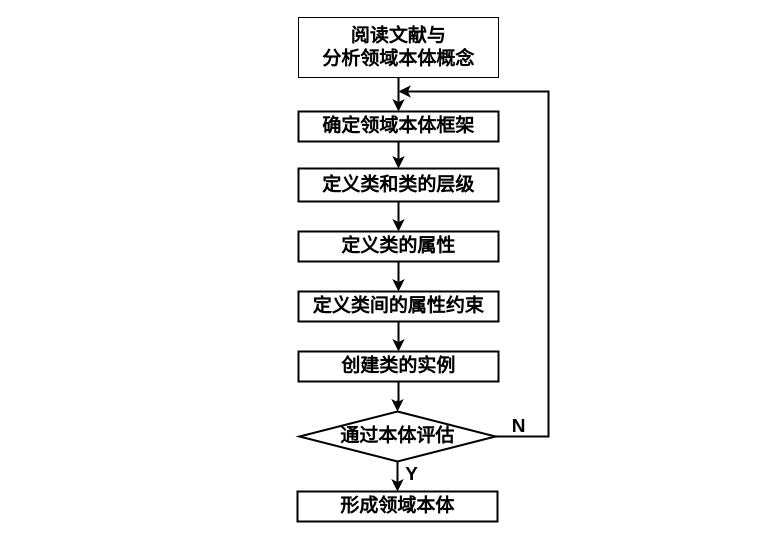
Above: owl_build_method.drawio in junchaoIU/Diagrams_library (draw.io), before the change. Source tidied: cells renumbered, new cells numbered last; positions are measured from the earlier drawing's top-left corner, leaving out a move shared by most shapes. Both pictures are drawn from the tidied source at 100%, with x=0, y=0 at pixel (297, 17).
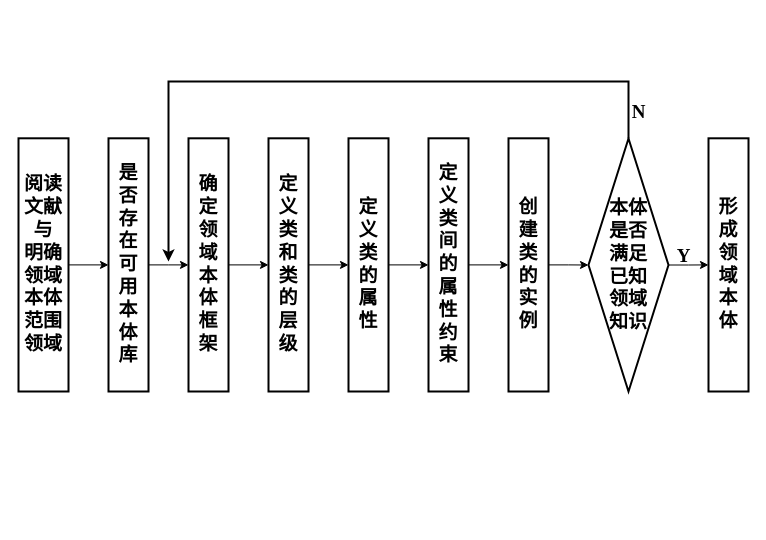
Above is the later version.

What changed in the source:
```diff
@@
-    <mxCell id="2" style="edgeStyle=orthogonalEdgeStyle;rounded=0;jettySize=auto;html=1;exitX=0.5;exitY=1;exitDx=0;exitDy=0;entryX=0.5;entryY=0;entryDx=0;entryDy=0;fontSize=19;strokeWidth=2;fontStyle=1;" parent="1" edge="1" source="3" target="5">
-      <mxGeometry relative="1" as="geometry" />
-    </mxCell>
+    <mxCell id="20" style="edgeStyle=orthogonalEdgeStyle;rounded=0;jettySize=auto;html=1;exitX=1;exitY=0.5;exitDx=0;exitDy=0;entryX=0;entryY=0.5;entryDx=0;entryDy=0;fontSize=19;" parent="1" edge="1" source="3" target="23">
+      <mxGeometry relative="1" as="geometry" />
+    </mxCell>
-    <mxCell id="3" value="&lt;font face=&quot;Times New Roman&quot; size=&quot;1&quot;&gt;&lt;span style=&quot;font-size: 19px&quot;&gt;阅读文献与&lt;br&gt;分析领域本体概念&lt;/span&gt;&lt;/font&gt;" style="rounded=0;whiteSpace=wrap;html=1;strokeWidth=1;fontStyle=1;" parent="1" vertex="1">
-      <mxGeometry x="1" width="200" height="60" as="geometry" />
+    <mxCell id="3" value="&lt;font face=&quot;Times New Roman&quot; style=&quot;font-size: 19px&quot;&gt;&lt;span&gt;阅读文献与&lt;br&gt;明确领域本体范围领域&lt;/span&gt;&lt;/font&gt;" style="rounded=0;whiteSpace=wrap;html=1;strokeWidth=2;fontStyle=1;perimeterSpacing=0;spacing=3;" parent="1" vertex="1">
+      <mxGeometry x="-279" y="120.8" width="50" height="253.2" as="geometry" />
     </mxCell>
-    <mxCell id="4" style="edgeStyle=orthogonalEdgeStyle;rounded=0;jettySize=auto;html=1;exitX=0.5;exitY=1;exitDx=0;exitDy=0;fontSize=19;strokeWidth=2;fontStyle=1;" parent="1" edge="1" source="5" target="7">
+    <mxCell id="4" style="edgeStyle=orthogonalEdgeStyle;rounded=0;jettySize=auto;html=1;exitX=1;exitY=0.5;exitDx=0;exitDy=0;entryX=0;entryY=0.5;entryDx=0;entryDy=0;fontSize=19;" parent="1" edge="1" source="5" target="7">
       <mxGeometry relative="1" as="geometry" />
     </mxCell>
-    <mxCell id="5" value="&lt;font face=&quot;Times New Roman&quot;&gt;&lt;span style=&quot;font-size: 19px&quot;&gt;&lt;span&gt;确定领域本体框架&lt;/span&gt;&lt;/span&gt;&lt;/font&gt;" style="rounded=0;whiteSpace=wrap;html=1;strokeWidth=2;fontStyle=1;" parent="1" vertex="1">
-      <mxGeometry x="1" y="94" width="200" height="30" as="geometry" />
+    <mxCell id="5" value="&lt;font face=&quot;Times New Roman&quot;&gt;&lt;span style=&quot;font-size: 19px&quot;&gt;&lt;span&gt;确定领域本体框架&lt;/span&gt;&lt;/span&gt;&lt;/font&gt;" style="rounded=0;whiteSpace=wrap;html=1;strokeWidth=2;fontStyle=1;spacing=3;" parent="1" vertex="1">
+      <mxGeometry x="-109" y="120.8" width="40" height="253.2" as="geometry" />
     </mxCell>
-    <mxCell id="6" style="edgeStyle=orthogonalEdgeStyle;rounded=0;jettySize=auto;html=1;exitX=0.5;exitY=1;exitDx=0;exitDy=0;entryX=0.5;entryY=0;entryDx=0;entryDy=0;fontSize=19;strokeWidth=2;fontStyle=1;" parent="1" edge="1" source="7" target="9">
+    <mxCell id="6" style="edgeStyle=orthogonalEdgeStyle;rounded=0;jettySize=auto;html=1;exitX=1;exitY=0.5;exitDx=0;exitDy=0;entryX=0;entryY=0.5;entryDx=0;entryDy=0;fontSize=19;" parent="1" edge="1" source="7" target="9">
       <mxGeometry relative="1" as="geometry" />
     </mxCell>
-    <mxCell id="7" value="&lt;font face=&quot;Times New Roman&quot;&gt;&lt;span style=&quot;font-size: 19px&quot;&gt;&lt;span&gt;定义类和类的层级&lt;/span&gt;&lt;/span&gt;&lt;/font&gt;" style="rounded=0;whiteSpace=wrap;html=1;strokeWidth=2;fontStyle=1;" parent="1" vertex="1">
-      <mxGeometry x="1" y="151" width="200" height="33" as="geometry" />
+    <mxCell id="7" value="&lt;font face=&quot;Times New Roman&quot;&gt;&lt;span style=&quot;font-size: 19px&quot;&gt;&lt;span&gt;定义类和类的层级&lt;/span&gt;&lt;/span&gt;&lt;/font&gt;" style="rounded=0;whiteSpace=wrap;html=1;strokeWidth=2;fontStyle=1;spacing=3;" parent="1" vertex="1">
+      <mxGeometry x="-29" y="120.8" width="40" height="253.2" as="geometry" />
     </mxCell>
-    <mxCell id="8" style="edgeStyle=orthogonalEdgeStyle;rounded=0;jettySize=auto;html=1;exitX=0.5;exitY=1;exitDx=0;exitDy=0;entryX=0.5;entryY=0;entryDx=0;entryDy=0;fontSize=19;strokeWidth=2;fontStyle=1;" parent="1" edge="1" source="9" target="11">
+    <mxCell id="8" style="edgeStyle=orthogonalEdgeStyle;rounded=0;jettySize=auto;html=1;exitX=1;exitY=0.5;exitDx=0;exitDy=0;entryX=0;entryY=0.5;entryDx=0;entryDy=0;fontSize=19;" parent="1" edge="1" source="9" target="11">
       <mxGeometry relative="1" as="geometry" />
     </mxCell>
-    <mxCell id="9" value="&lt;font face=&quot;Times New Roman&quot;&gt;&lt;span style=&quot;font-size: 19px&quot;&gt;&lt;span&gt;定义类的属性&lt;/span&gt;&lt;/span&gt;&lt;/font&gt;" style="rounded=0;whiteSpace=wrap;html=1;strokeWidth=2;fontStyle=1;" parent="1" vertex="1">
-      <mxGeometry x="1" y="214" width="200" height="30" as="geometry" />
+    <mxCell id="9" value="&lt;font face=&quot;Times New Roman&quot;&gt;&lt;span style=&quot;font-size: 19px&quot;&gt;&lt;span&gt;定义类的属性&lt;/span&gt;&lt;/span&gt;&lt;/font&gt;" style="rounded=0;whiteSpace=wrap;html=1;strokeWidth=2;fontStyle=1;spacing=3;" parent="1" vertex="1">
+      <mxGeometry x="51" y="120.8" width="40" height="253.2" as="geometry" />
     </mxCell>
-    <mxCell id="10" style="edgeStyle=orthogonalEdgeStyle;rounded=0;jettySize=auto;html=1;exitX=0.5;exitY=1;exitDx=0;exitDy=0;fontSize=19;strokeWidth=2;fontStyle=1;" parent="1" edge="1" source="11" target="13">
+    <mxCell id="10" style="edgeStyle=orthogonalEdgeStyle;rounded=0;jettySize=auto;html=1;exitX=1;exitY=0.5;exitDx=0;exitDy=0;entryX=0;entryY=0.5;entryDx=0;entryDy=0;fontSize=19;" parent="1" edge="1" source="11" target="13">
       <mxGeometry relative="1" as="geometry" />
     </mxCell>
-    <mxCell id="11" value="&lt;font face=&quot;Times New Roman&quot;&gt;&lt;span style=&quot;font-size: 19px&quot;&gt;&lt;span&gt;定义类间的属性约束&lt;/span&gt;&lt;/span&gt;&lt;/font&gt;" style="rounded=0;whiteSpace=wrap;html=1;strokeWidth=2;fontStyle=1;" parent="1" vertex="1">
-      <mxGeometry x="1" y="274" width="200" height="30" as="geometry" />
+    <mxCell id="11" value="&lt;font face=&quot;Times New Roman&quot;&gt;&lt;span style=&quot;font-size: 19px&quot;&gt;&lt;span&gt;定义类间的属性约束&lt;/span&gt;&lt;/span&gt;&lt;/font&gt;" style="rounded=0;whiteSpace=wrap;html=1;strokeWidth=2;fontStyle=1;spacing=3;" parent="1" vertex="1">
+      <mxGeometry x="131" y="120.8" width="40" height="253.2" as="geometry" />
     </mxCell>
-    <mxCell id="12" style="edgeStyle=orthogonalEdgeStyle;rounded=0;jettySize=auto;html=1;exitX=0.5;exitY=1;exitDx=0;exitDy=0;fontSize=19;strokeWidth=2;fontStyle=1;" parent="1" edge="1" source="13" target="16">
-      <mxGeometry relative="1" as="geometry" />
-    </mxCell>
+    <mxCell id="21" style="edgeStyle=orthogonalEdgeStyle;rounded=0;jettySize=auto;html=1;exitX=1;exitY=0.5;exitDx=0;exitDy=0;entryX=0;entryY=0.5;entryDx=0;entryDy=0;fontSize=19;" parent="1" edge="1" source="13" target="26">
+      <mxGeometry relative="1" as="geometry" />
+    </mxCell>
-    <mxCell id="13" value="&lt;font face=&quot;Times New Roman&quot;&gt;&lt;span style=&quot;font-size: 19px&quot;&gt;&lt;span&gt;创建类的实例&lt;/span&gt;&lt;/span&gt;&lt;/font&gt;" style="rounded=0;whiteSpace=wrap;html=1;strokeWidth=2;fontStyle=1;" parent="1" vertex="1">
-      <mxGeometry x="1" y="334" width="200" height="30" as="geometry" />
+    <mxCell id="13" value="&lt;font face=&quot;Times New Roman&quot;&gt;&lt;span style=&quot;font-size: 19px&quot;&gt;&lt;span&gt;创建类的实例&lt;/span&gt;&lt;/span&gt;&lt;/font&gt;" style="rounded=0;whiteSpace=wrap;html=1;strokeWidth=2;fontStyle=1;spacing=3;" parent="1" vertex="1">
+      <mxGeometry x="211" y="120.8" width="40" height="253.2" as="geometry" />
     </mxCell>
-    <mxCell id="14" style="edgeStyle=orthogonalEdgeStyle;rounded=0;jettySize=auto;html=1;exitX=0.5;exitY=1;exitDx=0;exitDy=0;fontSize=19;strokeWidth=2;fontStyle=1;" parent="1" edge="1" source="16" target="17">
-      <mxGeometry relative="1" as="geometry" />
-    </mxCell>
-    <mxCell id="15" style="edgeStyle=orthogonalEdgeStyle;rounded=0;jettySize=auto;html=1;exitX=1;exitY=0.5;exitDx=0;exitDy=0;fontSize=19;strokeWidth=2;fontStyle=1;" parent="1" edge="1" source="16">
-      <mxGeometry relative="1" as="geometry">
-        <mxPoint x="101" y="74" as="targetPoint" />
-        <Array as="points">
-          <mxPoint x="251" y="419" />
-          <mxPoint x="251" y="74" />
-          <mxPoint x="131" y="74" />
-        </Array>
-      </mxGeometry>
-    </mxCell>
-    <mxCell id="16" value="&lt;span&gt;通过本体评估&lt;/span&gt;" style="rhombus;whiteSpace=wrap;html=1;fontSize=19;strokeWidth=2;fontStyle=1;" parent="1" vertex="1">
-      <mxGeometry x="2" y="394" width="196" height="50" as="geometry" />
-    </mxCell>
-    <mxCell id="17" value="&lt;font face=&quot;Times New Roman&quot;&gt;&lt;span style=&quot;font-size: 19px&quot;&gt;&lt;span&gt;形成领域本体&lt;/span&gt;&lt;/span&gt;&lt;/font&gt;" style="rounded=0;whiteSpace=wrap;html=1;strokeWidth=2;fontStyle=1;" parent="1" vertex="1">
-      <mxGeometry y="474" width="200" height="30" as="geometry" />
+    <mxCell id="17" value="&lt;font face=&quot;Times New Roman&quot;&gt;&lt;span style=&quot;font-size: 19px&quot;&gt;&lt;span&gt;形成领域本体&lt;/span&gt;&lt;/span&gt;&lt;/font&gt;" style="rounded=0;whiteSpace=wrap;html=1;strokeWidth=2;fontStyle=1;spacing=3;" parent="1" vertex="1">
+      <mxGeometry x="411" y="120.8" width="40" height="253.2" as="geometry" />
     </mxCell>
+    <mxCell id="22" style="edgeStyle=orthogonalEdgeStyle;rounded=0;jettySize=auto;html=1;exitX=1;exitY=0.5;exitDx=0;exitDy=0;fontSize=19;" parent="1" edge="1" source="23" target="5">
+      <mxGeometry relative="1" as="geometry" />
+    </mxCell>
+    <mxCell id="23" value="&lt;font face=&quot;Times New Roman&quot;&gt;&lt;span style=&quot;font-size: 19px&quot;&gt;是否存在可用本体库&lt;/span&gt;&lt;/font&gt;" style="rounded=0;whiteSpace=wrap;html=1;strokeWidth=2;fontStyle=1;perimeterSpacing=0;spacing=3;" parent="1" vertex="1">
+      <mxGeometry x="-189" y="120.8" width="40" height="253.2" as="geometry" />
+    </mxCell>
+    <mxCell id="24" style="edgeStyle=orthogonalEdgeStyle;rounded=0;jettySize=auto;html=1;exitX=1;exitY=0.5;exitDx=0;exitDy=0;entryX=0;entryY=0.5;entryDx=0;entryDy=0;fontSize=19;" parent="1" edge="1" source="26" target="17">
+      <mxGeometry relative="1" as="geometry" />
+    </mxCell>
+    <mxCell id="25" style="edgeStyle=orthogonalEdgeStyle;rounded=0;jettySize=auto;html=1;exitX=0.5;exitY=0;exitDx=0;exitDy=0;fontSize=19;strokeWidth=2;" parent="1" edge="1" source="26">
+      <mxGeometry relative="1" as="geometry">
+        <mxPoint x="-129" y="244" as="targetPoint" />
+        <Array as="points">
+          <mxPoint x="331" y="64" />
+          <mxPoint x="-129" y="64" />
+        </Array>
+      </mxGeometry>
+    </mxCell>
+    <mxCell id="26" value="&lt;span&gt;本体&lt;br&gt;是否&lt;br&gt;满足&lt;br&gt;已知&lt;br&gt;领域&lt;br&gt;知识&lt;/span&gt;" style="rhombus;whiteSpace=wrap;html=1;rounded=0;fontSize=19;fontStyle=1;strokeWidth=2;" parent="1" vertex="1">
+      <mxGeometry x="291" y="121" width="80" height="253" as="geometry" />
+    </mxCell>
+    <mxCell id="19" value="&lt;font face=&quot;Times New Roman&quot;&gt;&lt;b&gt;Y&lt;/b&gt;&lt;/font&gt;" style="text;html=1;align=center;verticalAlign=middle;strokeColor=none;fillColor=none;fontSize=19;" parent="1" vertex="1">
+      <mxGeometry x="371" y="224" width="30" height="30" as="geometry" />
+    </mxCell>
-    <mxCell id="18" value="&lt;span&gt;N&lt;/span&gt;" style="text;html=1;align=center;verticalAlign=middle;strokeColor=none;fillColor=none;fontSize=19;fontStyle=1;" parent="1" vertex="1">
-      <mxGeometry x="206" y="394" width="30" height="30" as="geometry" />
+    <mxCell id="18" value="&lt;b&gt;N&lt;/b&gt;" style="text;html=1;align=center;verticalAlign=middle;strokeColor=none;fillColor=none;fontSize=19;fontFamily=Times New Roman;" parent="1" vertex="1">
+      <mxGeometry x="326" y="80" width="30" height="30" as="geometry" />
     </mxCell>
-    <mxCell id="19" value="&lt;span&gt;Y&lt;/span&gt;" style="text;html=1;align=center;verticalAlign=middle;strokeColor=none;fillColor=none;fontSize=19;fontStyle=1;" parent="1" vertex="1">
-      <mxGeometry x="99" y="442" width="30" height="30" as="geometry" />
-    </mxCell>
```
